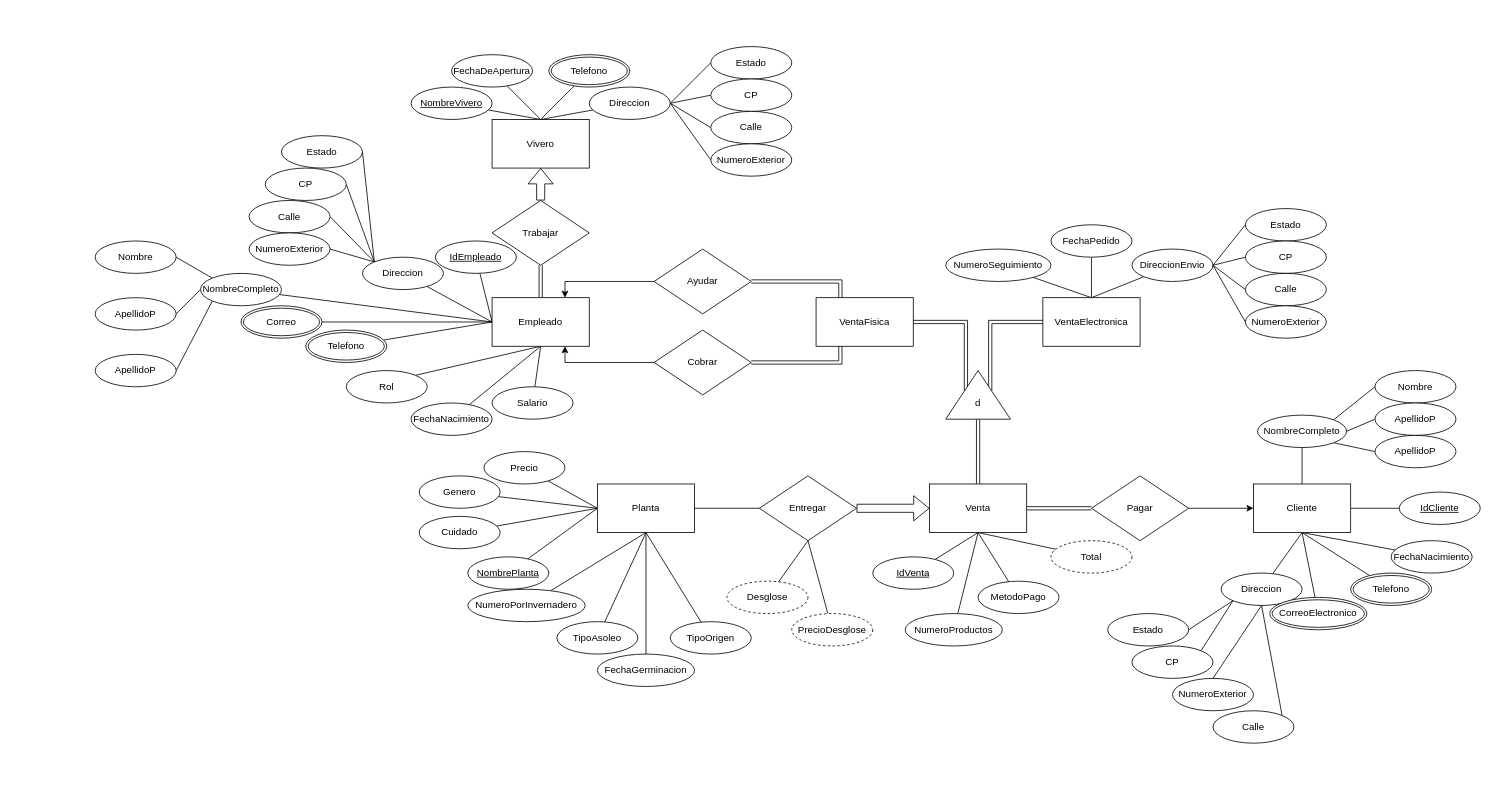
Earlier version of the draw.io diagram Practica04/Diagramas/ER02_Sambucos.drawio (frgaray/FBD-2023-1). Source tidied: cells renumbered, new cells numbered last; positions are measured from the earlier drawing's top-left corner, leaving out a move shared by most shapes. Both pictures are drawn from the tidied source at 81%, with x=0, y=0 at pixel (95, 46).
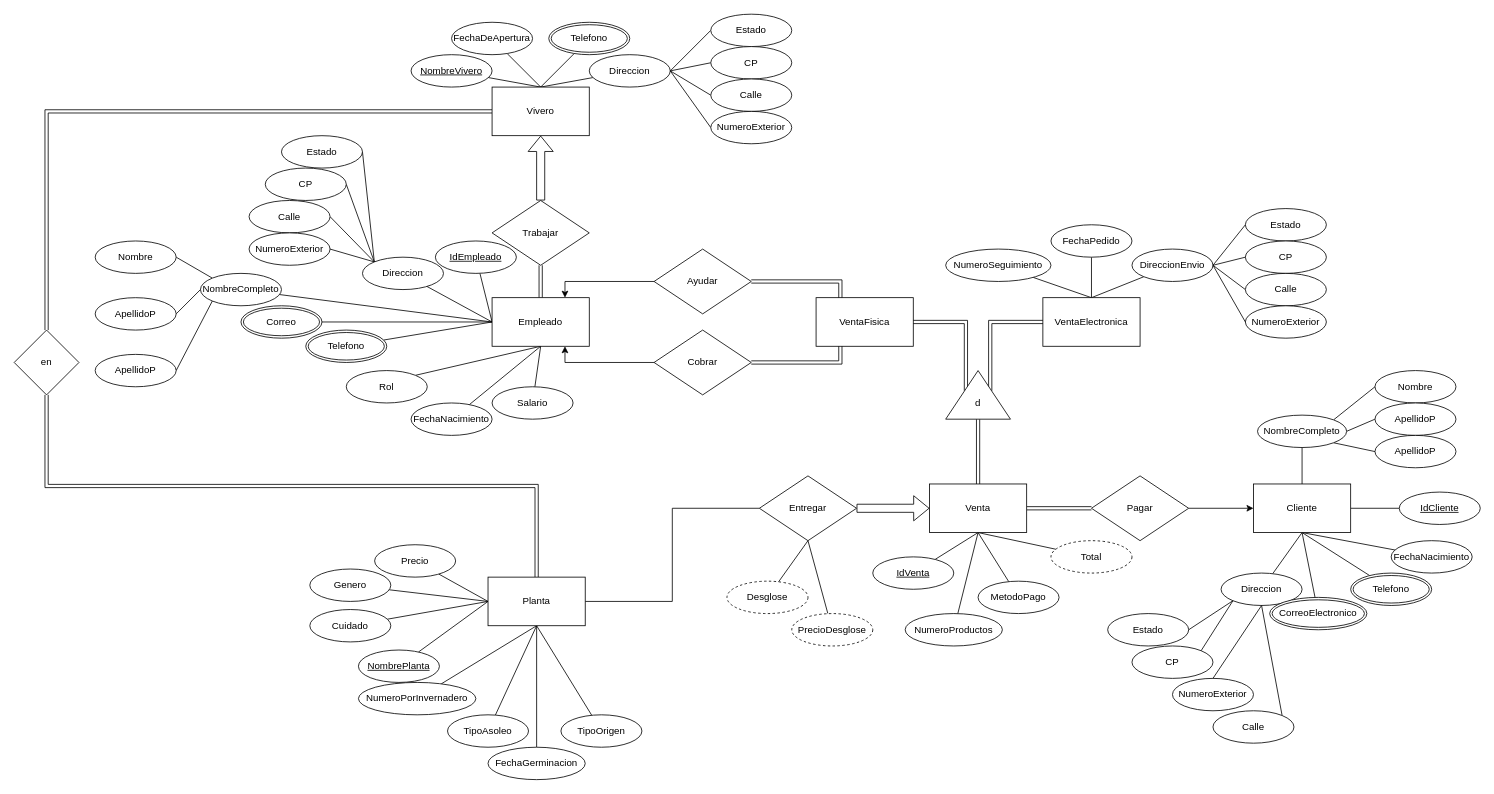
The same page after the edit.

Commit message:
Add relationship between vivero and planta

Diff of the diagram source:
```diff
@@
+    <mxCell id="144" style="edgeStyle=orthogonalEdgeStyle;shape=link;rounded=0;jettySize=auto;html=1;exitX=0;exitY=0.5;exitDx=0;exitDy=0;entryX=0.5;entryY=0;entryDx=0;entryDy=0;" parent="1" edge="1" source="6" target="146">
+      <mxGeometry relative="1" as="geometry" />
+    </mxCell>
     <mxCell id="6" value="Vivero" style="rounded=0;whiteSpace=wrap;html=1;" parent="1" vertex="1">
-      <mxGeometry x="490" y="90" width="120" height="60" as="geometry" />
+      <mxGeometry x="490" y="50" width="120" height="60" as="geometry" />
     </mxCell>
@@
+    <mxCell id="145" style="edgeStyle=orthogonalEdgeStyle;rounded=0;jettySize=auto;html=1;exitX=0.5;exitY=0;exitDx=0;exitDy=0;shape=link;" parent="1" edge="1" source="48" target="146">
+      <mxGeometry relative="1" as="geometry" />
+    </mxCell>
     <mxCell id="48" value="Planta" style="rounded=0;whiteSpace=wrap;html=1;" parent="1" vertex="1">
-      <mxGeometry x="620" y="540" width="120" height="60" as="geometry" />
+      <mxGeometry x="485" y="655" width="120" height="60" as="geometry" />
     </mxCell>
@@
     <mxCell id="67" value="Direccion" style="ellipse;whiteSpace=wrap;html=1;align=center;" parent="1" vertex="1">
-      <mxGeometry x="610" y="50" width="100" height="40" as="geometry" />
+      <mxGeometry x="610" y="10" width="100" height="40" as="geometry" />
     </mxCell>
     <mxCell id="68" value="Telefono" style="ellipse;shape=doubleEllipse;margin=3;whiteSpace=wrap;html=1;align=center;" parent="1" vertex="1">
-      <mxGeometry x="560" y="10" width="100" height="40" as="geometry" />
+      <mxGeometry x="560" y="-30" width="100" height="40" as="geometry" />
     </mxCell>
     <mxCell id="69" value="FechaDeApertura" style="ellipse;whiteSpace=wrap;html=1;align=center;" parent="1" vertex="1">
-      <mxGeometry x="440" y="10" width="100" height="40" as="geometry" />
+      <mxGeometry x="440" y="-30" width="100" height="40" as="geometry" />
     </mxCell>
     <mxCell id="70" value="NombreVivero" style="ellipse;whiteSpace=wrap;html=1;align=center;fontStyle=4;" parent="1" vertex="1">
-      <mxGeometry x="390" y="50" width="100" height="40" as="geometry" />
+      <mxGeometry x="390" y="10" width="100" height="40" as="geometry" />
     </mxCell>
@@
     <mxCell id="81" value="Precio" style="ellipse;whiteSpace=wrap;html=1;align=center;" parent="1" vertex="1">
-      <mxGeometry x="480" y="500" width="100" height="40" as="geometry" />
+      <mxGeometry x="345" y="615" width="100" height="40" as="geometry" />
     </mxCell>
     <mxCell id="82" value="Genero" style="ellipse;whiteSpace=wrap;html=1;align=center;" parent="1" vertex="1">
-      <mxGeometry x="400" y="530" width="100" height="40" as="geometry" />
+      <mxGeometry x="265" y="645" width="100" height="40" as="geometry" />
     </mxCell>
     <mxCell id="83" value="Cuidado" style="ellipse;whiteSpace=wrap;html=1;align=center;" parent="1" vertex="1">
-      <mxGeometry x="400" y="580" width="100" height="40" as="geometry" />
+      <mxGeometry x="265" y="695" width="100" height="40" as="geometry" />
     </mxCell>
     <mxCell id="84" value="NombrePlanta" style="ellipse;whiteSpace=wrap;html=1;align=center;fontStyle=4;" parent="1" vertex="1">
-      <mxGeometry x="460" y="630" width="100" height="40" as="geometry" />
+      <mxGeometry x="325" y="745" width="100" height="40" as="geometry" />
     </mxCell>
     <mxCell id="85" value="NumeroPorInvernadero" style="ellipse;whiteSpace=wrap;html=1;align=center;" parent="1" vertex="1">
-      <mxGeometry x="460" y="670" width="145" height="40" as="geometry" />
+      <mxGeometry x="325" y="785" width="145" height="40" as="geometry" />
     </mxCell>
     <mxCell id="86" value="TipoAsoleo" style="ellipse;whiteSpace=wrap;html=1;align=center;" parent="1" vertex="1">
-      <mxGeometry x="570" y="710" width="100" height="40" as="geometry" />
+      <mxGeometry x="435" y="825" width="100" height="40" as="geometry" />
     </mxCell>
     <mxCell id="87" value="FechaGerminacion" style="ellipse;whiteSpace=wrap;html=1;align=center;" parent="1" vertex="1">
-      <mxGeometry x="620" y="750" width="120" height="40" as="geometry" />
+      <mxGeometry x="485" y="865" width="120" height="40" as="geometry" />
     </mxCell>
     <mxCell id="88" value="TipoOrigen" style="ellipse;whiteSpace=wrap;html=1;align=center;" parent="1" vertex="1">
-      <mxGeometry x="710" y="710" width="100" height="40" as="geometry" />
+      <mxGeometry x="575" y="825" width="100" height="40" as="geometry" />
     </mxCell>
@@
     <mxCell id="112" value="Estado" style="ellipse;whiteSpace=wrap;html=1;align=center;" parent="1" vertex="1">
-      <mxGeometry x="760" width="100" height="40" as="geometry" />
+      <mxGeometry x="760" y="-40" width="100" height="40" as="geometry" />
     </mxCell>
     <mxCell id="113" value="CP" style="ellipse;whiteSpace=wrap;html=1;align=center;" parent="1" vertex="1">
-      <mxGeometry x="760" y="40" width="100" height="40" as="geometry" />
+      <mxGeometry x="760" width="100" height="40" as="geometry" />
     </mxCell>
     <mxCell id="114" value="Calle" style="ellipse;whiteSpace=wrap;html=1;align=center;" parent="1" vertex="1">
-      <mxGeometry x="760" y="80" width="100" height="40" as="geometry" />
+      <mxGeometry x="760" y="40" width="100" height="40" as="geometry" />
     </mxCell>
     <mxCell id="115" style="edgeStyle=none;rounded=0;jettySize=auto;html=1;exitX=0;exitY=0.5;exitDx=0;exitDy=0;endArrow=none;endFill=0;" parent="1" edge="1" source="116">
       <mxGeometry relative="1" as="geometry">
-        <mxPoint x="710" y="70" as="targetPoint" />
+        <mxPoint x="710" y="30" as="targetPoint" />
       </mxGeometry>
     </mxCell>
     <mxCell id="116" value="NumeroExterior" style="ellipse;whiteSpace=wrap;html=1;align=center;" parent="1" vertex="1">
-      <mxGeometry x="760" y="120" width="100" height="40" as="geometry" />
+      <mxGeometry x="760" y="80" width="100" height="40" as="geometry" />
     </mxCell>
@@
+    <mxCell id="146" value="en" style="rhombus;whiteSpace=wrap;html=1;" parent="1" vertex="1">
+      <mxGeometry x="-100" y="350" width="80" height="80" as="geometry" />
+    </mxCell>
```
